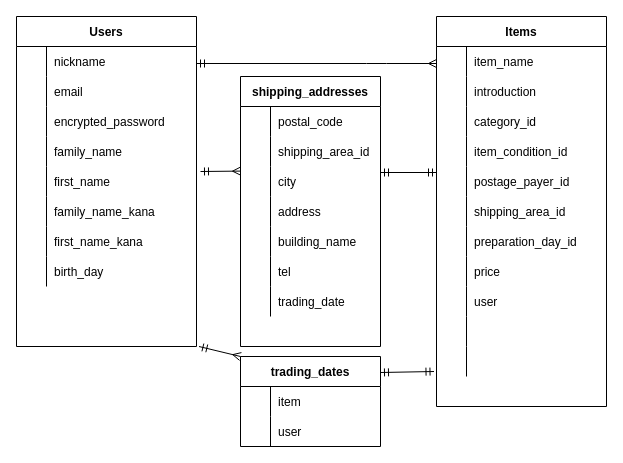
The draw.io diagram furima.dio in CKougami/furima-37663, before the edit. Source tidied: cells renumbered, new cells numbered last; positions are measured from the earlier drawing's top-left corner, leaving out a move shared by most shapes. Both pictures are drawn from the tidied source at 100%, with x=0, y=0 at pixel (16, 16).
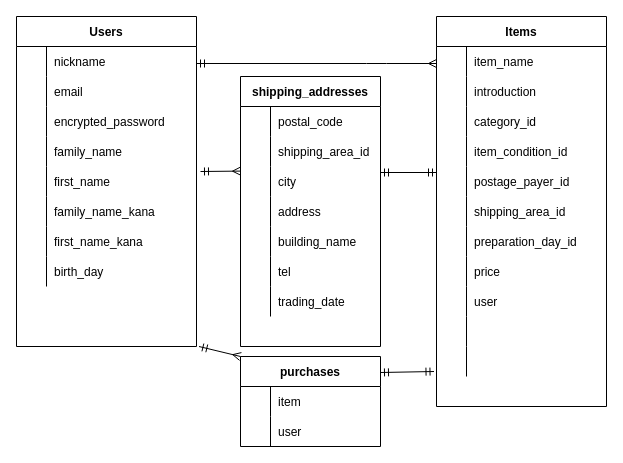
The same page after the edit.

What changed in the source:
```diff
@@
-    <mxCell id="62" value="trading_dates" style="shape=table;startSize=30;childLayout=tableLayout;rowLines=0;fontStyle=1;align=center;" parent="1" vertex="1">
+    <mxCell id="62" value="purchases" style="shape=table;startSize=30;childLayout=tableLayout;rowLines=0;fontStyle=1;align=center;" parent="1" vertex="1">
       <mxGeometry x="224" y="340" width="140" height="90" as="geometry" />
     </mxCell>
```
